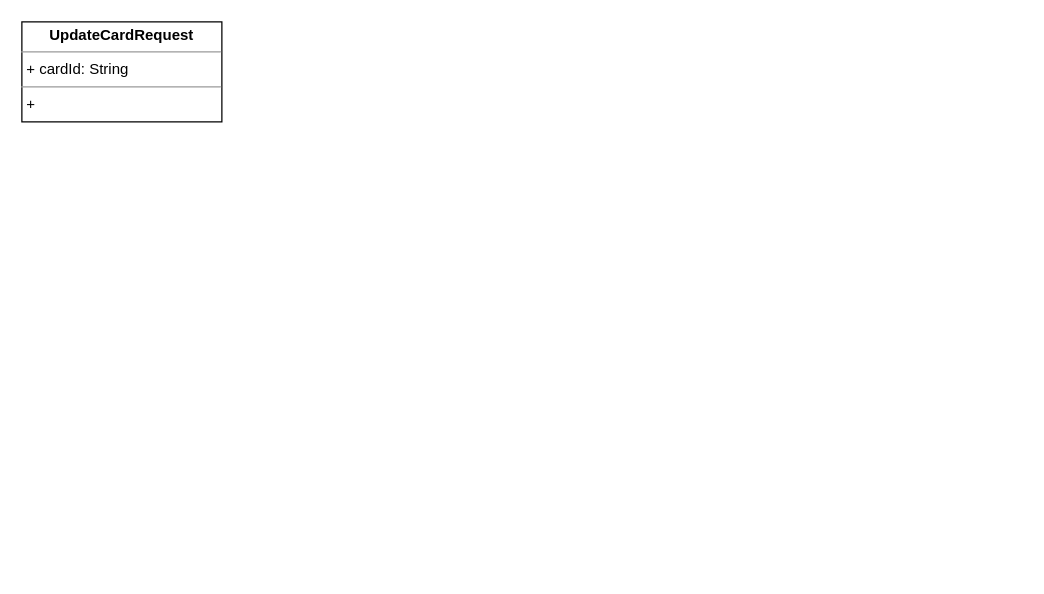
Before: UNI-15530.drawio in ShiryaevNikolay/diagrams, a draw.io diagram. Source tidied: cells renumbered, new cells numbered last; positions are measured from the earlier drawing's top-left corner, leaving out a move shared by most shapes. Both pictures are drawn from the tidied source at 125%, with x=0, y=0 at pixel (21, 21).
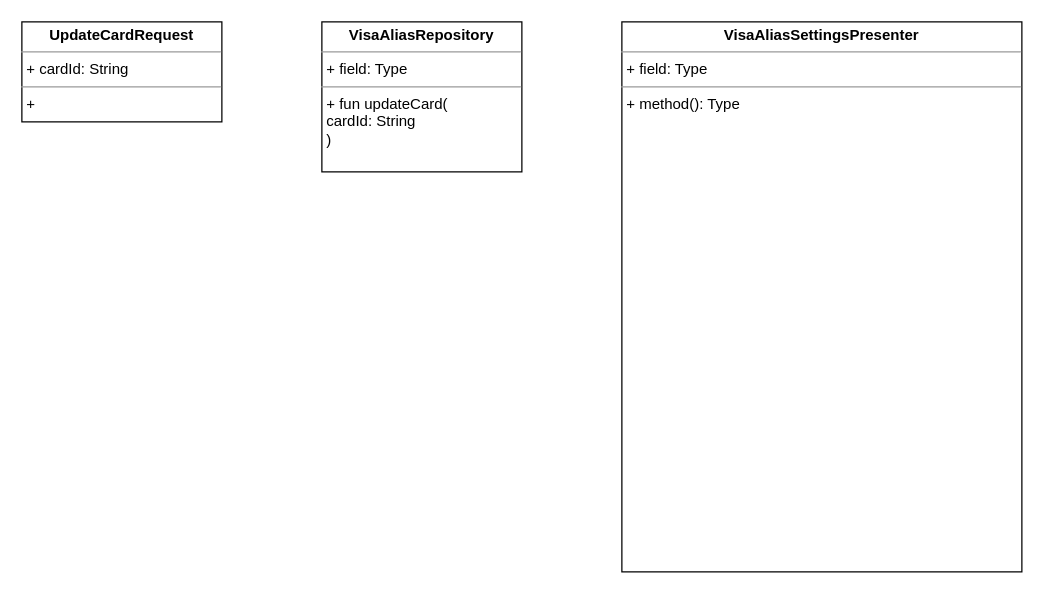
The same page after the edit.

Change to the diagram source:
```diff
@@
 <mxGraphModel>
   <root>
     <mxCell id="0" />
     <mxCell id="1" parent="0" />
     <mxCell id="2" value="&lt;p style=&quot;margin: 0px ; margin-top: 4px ; text-align: center&quot;&gt;&lt;b&gt;UpdateCardRequest&lt;/b&gt;&lt;/p&gt;&lt;hr size=&quot;1&quot;&gt;&lt;p style=&quot;margin: 0px ; margin-left: 4px&quot;&gt;+ cardId: String&lt;/p&gt;&lt;hr size=&quot;1&quot;&gt;&lt;p style=&quot;margin: 0px ; margin-left: 4px&quot;&gt;+ &lt;br&gt;&lt;/p&gt;" style="verticalAlign=top;align=left;overflow=fill;fontSize=12;fontFamily=Helvetica;html=1;" parent="1" vertex="1">
       <mxGeometry width="160" height="80" as="geometry" />
     </mxCell>
+    <mxCell id="3" value="&lt;p style=&quot;margin: 0px ; margin-top: 4px ; text-align: center&quot;&gt;&lt;b&gt;VisaAliasRepository&lt;/b&gt;&lt;/p&gt;&lt;hr size=&quot;1&quot;&gt;&lt;p style=&quot;margin: 0px ; margin-left: 4px&quot;&gt;+ field: Type&lt;/p&gt;&lt;hr size=&quot;1&quot;&gt;&lt;p style=&quot;margin: 0px ; margin-left: 4px&quot;&gt;+ fun updateCard(&lt;/p&gt;&lt;p style=&quot;margin: 0px ; margin-left: 4px&quot;&gt;cardId: String&lt;br&gt;&lt;/p&gt;&lt;p style=&quot;margin: 0px ; margin-left: 4px&quot;&gt;)&lt;/p&gt;" style="verticalAlign=top;align=left;overflow=fill;fontSize=12;fontFamily=Helvetica;html=1;" parent="1" vertex="1">
+      <mxGeometry x="240" width="160" height="120" as="geometry" />
+    </mxCell>
+    <mxCell id="4" value="&lt;p style=&quot;margin: 0px ; margin-top: 4px ; text-align: center&quot;&gt;&lt;b&gt;VisaAliasSettingsPresenter&lt;/b&gt;&lt;/p&gt;&lt;hr size=&quot;1&quot;&gt;&lt;p style=&quot;margin: 0px ; margin-left: 4px&quot;&gt;+ field: Type&lt;/p&gt;&lt;hr size=&quot;1&quot;&gt;&lt;p style=&quot;margin: 0px ; margin-left: 4px&quot;&gt;+ method(): Type&lt;/p&gt;" style="verticalAlign=top;align=left;overflow=fill;fontSize=12;fontFamily=Helvetica;html=1;" parent="1" vertex="1">
+      <mxGeometry x="480" width="320" height="440" as="geometry" />
+    </mxCell>
   </root>
 </mxGraphModel>
```
